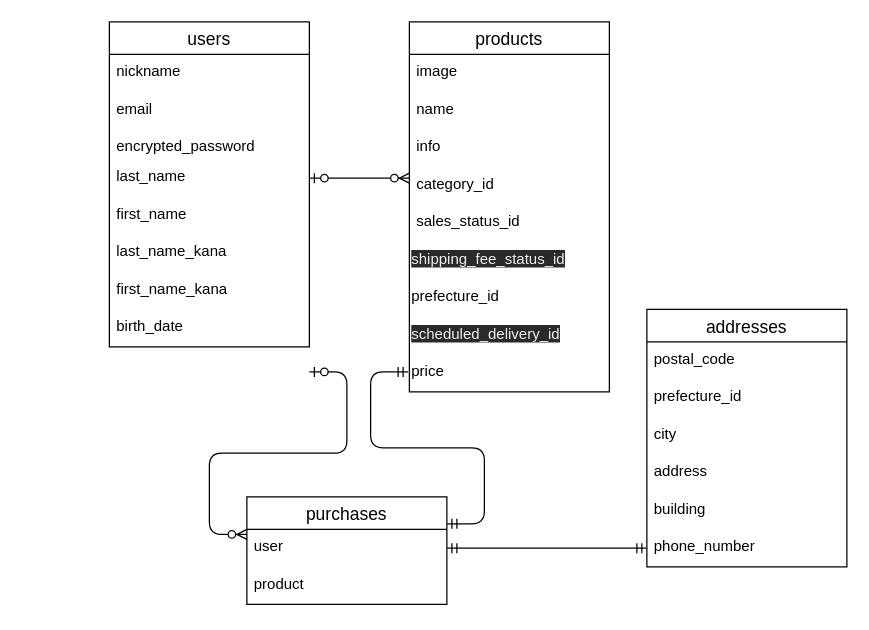
The draw.io diagram furima.dio in takumi9332/furima-32491, before the edit. Source tidied: cells renumbered, new cells numbered last; positions are measured from the earlier drawing's top-left corner, leaving out a move shared by most shapes. Both pictures are drawn from the tidied source at 125%, with x=0, y=0 at pixel (109, 21).
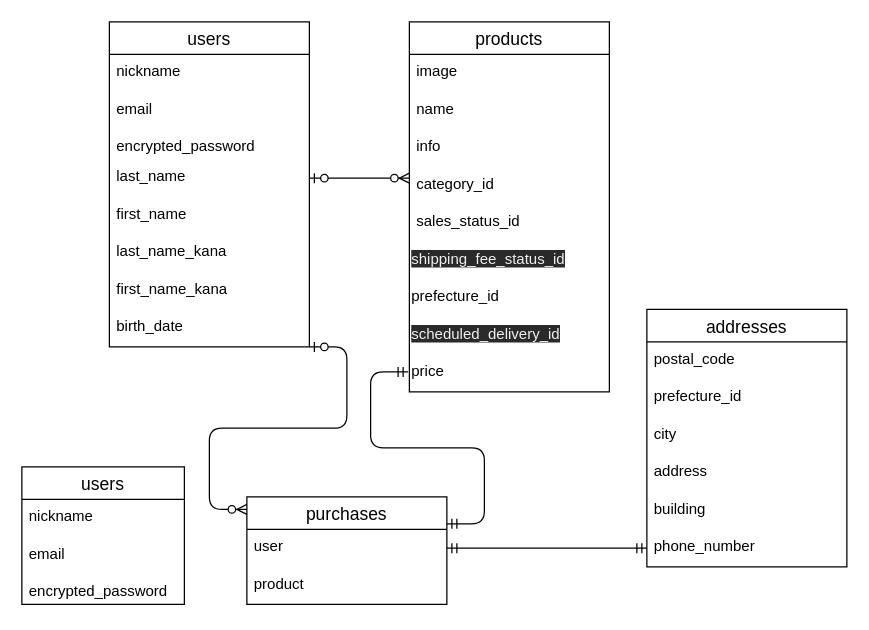
Above is the later version.

What changed in the source:
```diff
@@
     <mxCell id="32" style="edgeStyle=entityRelationEdgeStyle;fontSize=12;html=1;endArrow=ERzeroToMany;startArrow=ERzeroToOne;" parent="1" edge="1">
       <mxGeometry relative="1" as="geometry">
-        <mxPoint x="160" y="280" as="sourcePoint" />
-        <mxPoint x="110" y="410" as="targetPoint" />
+        <mxPoint x="160" y="260" as="sourcePoint" />
+        <mxPoint x="110" y="390" as="targetPoint" />
       </mxGeometry>
     </mxCell>
@@
+    <mxCell id="35" value="users" style="swimlane;fontStyle=0;horizontal=1;startSize=26;align=center;fontSize=14;" parent="1" vertex="1">
+      <mxGeometry x="-70" y="356" width="130" height="110" as="geometry" />
+    </mxCell>
+    <mxCell id="36" value="nickname" style="text;strokeColor=none;fillColor=none;spacingLeft=4;spacingRight=4;overflow=hidden;fontSize=12;" parent="35" vertex="1">
+      <mxGeometry y="26" width="130" height="30" as="geometry" />
+    </mxCell>
+    <mxCell id="37" value="email" style="text;strokeColor=none;fillColor=none;spacingLeft=4;spacingRight=4;overflow=hidden;fontSize=12;" parent="35" vertex="1">
+      <mxGeometry y="56" width="130" height="30" as="geometry" />
+    </mxCell>
+    <mxCell id="38" value="encrypted_password" style="text;strokeColor=none;fillColor=none;spacingLeft=4;spacingRight=4;overflow=hidden;fontSize=12;" parent="35" vertex="1">
+      <mxGeometry y="86" width="130" height="24" as="geometry" />
+    </mxCell>
```
